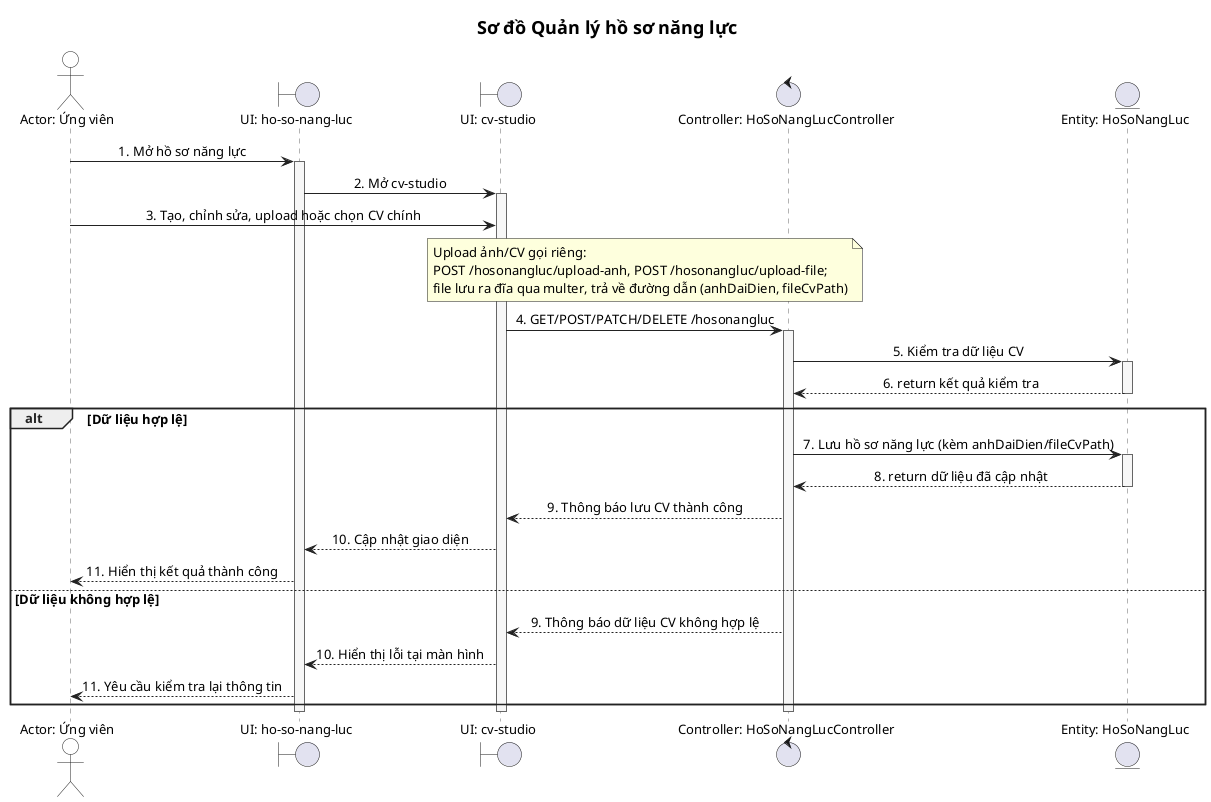
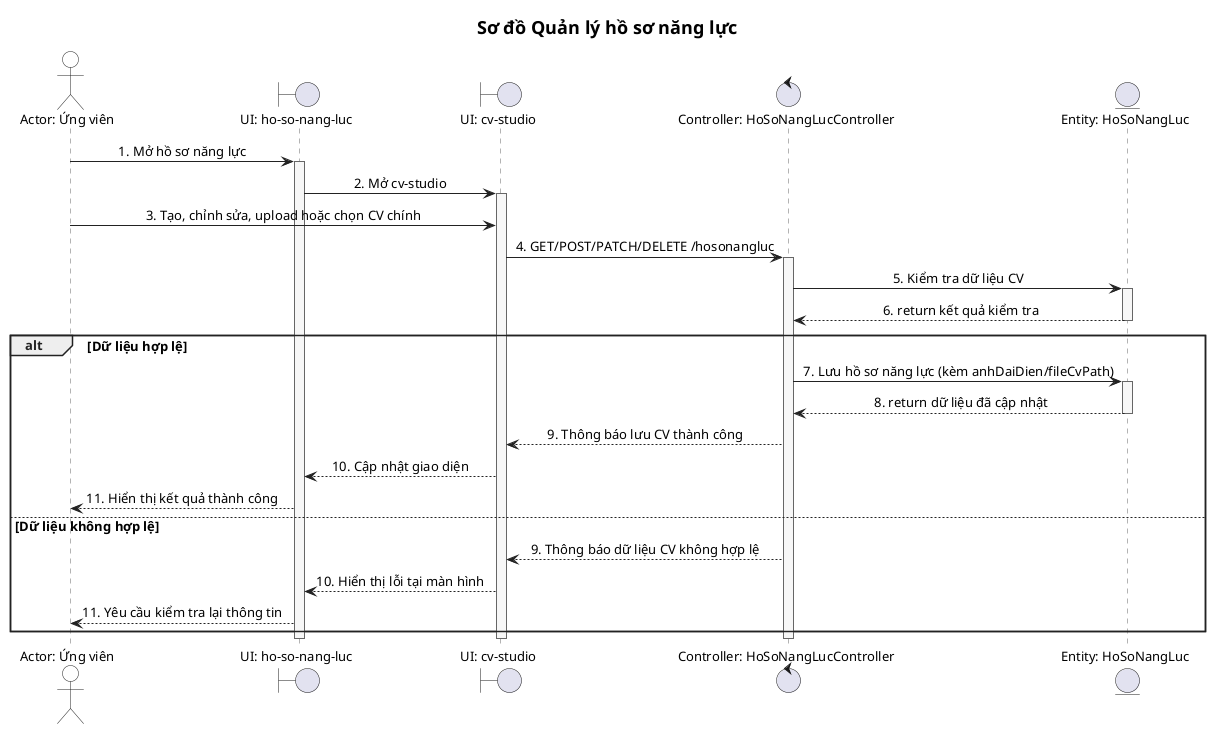
@startuml
skinparam defaultFontName "Segoe UI"
skinparam titleFontName "Segoe UI"
skinparam defaultFontSize 13
skinparam titleFontSize 18
skinparam shadowing false
skinparam linetype ortho
skinparam sequenceMessageAlign center
skinparam sequence {
  ArrowColor #222222
  LifeLineBorderColor #666666
  LifeLineBackgroundColor #F7F7F7
  ParticipantBorderColor #222222
  ParticipantBackgroundColor White
  ActorBorderColor #222222
  ActorBackgroundColor White
  BoxBorderColor #888888
  GroupBorderColor #222222
  GroupHeaderFontColor #222222
}
title Sơ đồ Quản lý hồ sơ năng lực

actor "Actor: Ứng viên" as Actor
boundary "UI: ho-so-nang-luc" as UI
boundary "UI: cv-studio" as Form
control "Controller: HoSoNangLucController" as Controller
entity "Entity: HoSoNangLuc" as MainEntity

Actor -> UI : 1. Mở hồ sơ năng lực
activate UI
UI -> Form : 2. Mở cv-studio
activate Form
Actor -> Form : 3. Tạo, chỉnh sửa, upload hoặc chọn CV chính
- note over Form, Controller
-   Upload ảnh/CV gọi riêng:
-   POST /hosonangluc/upload-anh, POST /hosonangluc/upload-file;
-   file lưu ra đĩa qua multer, trả về đường dẫn (anhDaiDien, fileCvPath)
- end note
Form -> Controller : 4. GET/POST/PATCH/DELETE /hosonangluc
activate Controller
Controller -> MainEntity : 5. Kiểm tra dữ liệu CV
activate MainEntity
MainEntity --> Controller : 6. return kết quả kiểm tra
deactivate MainEntity

alt Dữ liệu hợp lệ
  Controller -> MainEntity : 7. Lưu hồ sơ năng lực (kèm anhDaiDien/fileCvPath)
  activate MainEntity
  MainEntity --> Controller : 8. return dữ liệu đã cập nhật
  deactivate MainEntity
  Controller --> Form : 9. Thông báo lưu CV thành công
  Form --> UI : 10. Cập nhật giao diện
  UI --> Actor : 11. Hiển thị kết quả thành công
else Dữ liệu không hợp lệ
  Controller --> Form : 9. Thông báo dữ liệu CV không hợp lệ
  Form --> UI : 10. Hiển thị lỗi tại màn hình
  UI --> Actor : 11. Yêu cầu kiểm tra lại thông tin
end
deactivate Controller
deactivate Form
deactivate UI
@enduml
